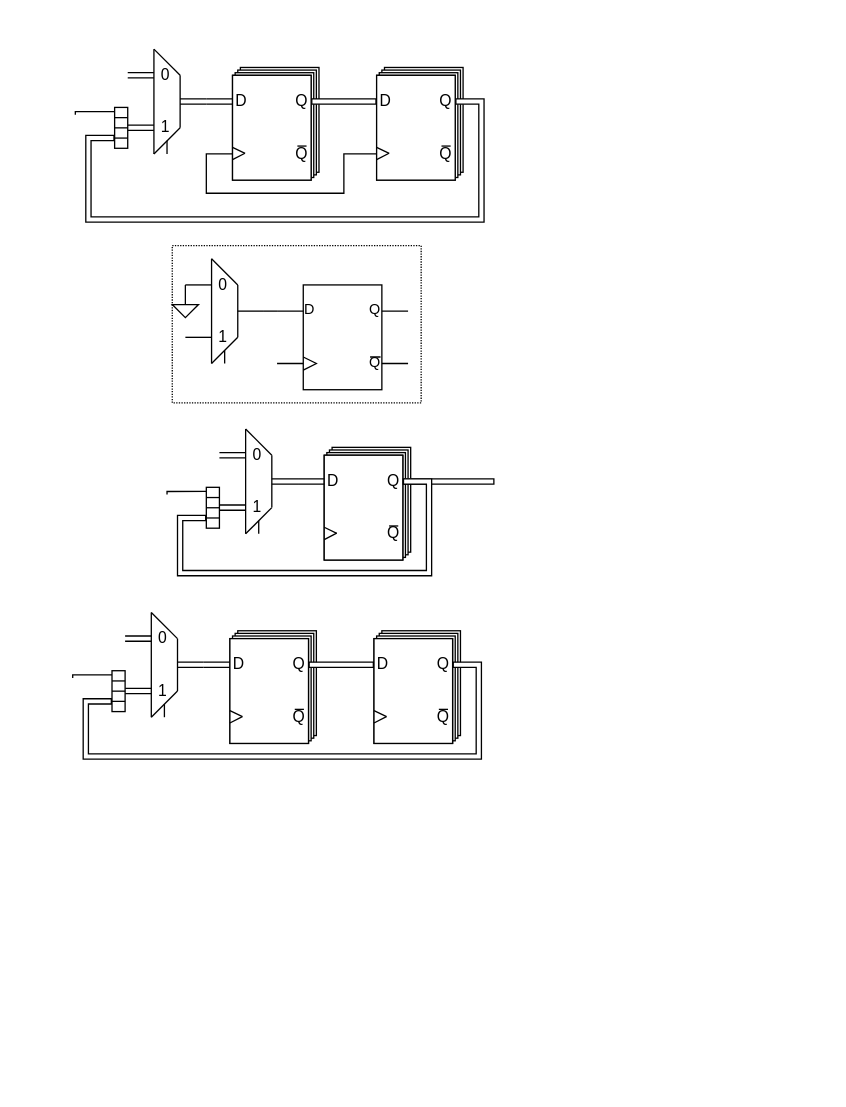
The draw.io diagram JTAG.drawio in Verdvana/JTAG, before the edit. Source tidied: cells renumbered, new cells numbered last; positions are measured from the earlier drawing's top-left corner, leaving out a move shared by most shapes. Both pictures are drawn from the tidied source at 131%, with x=0, y=0 at pixel (72, 48).
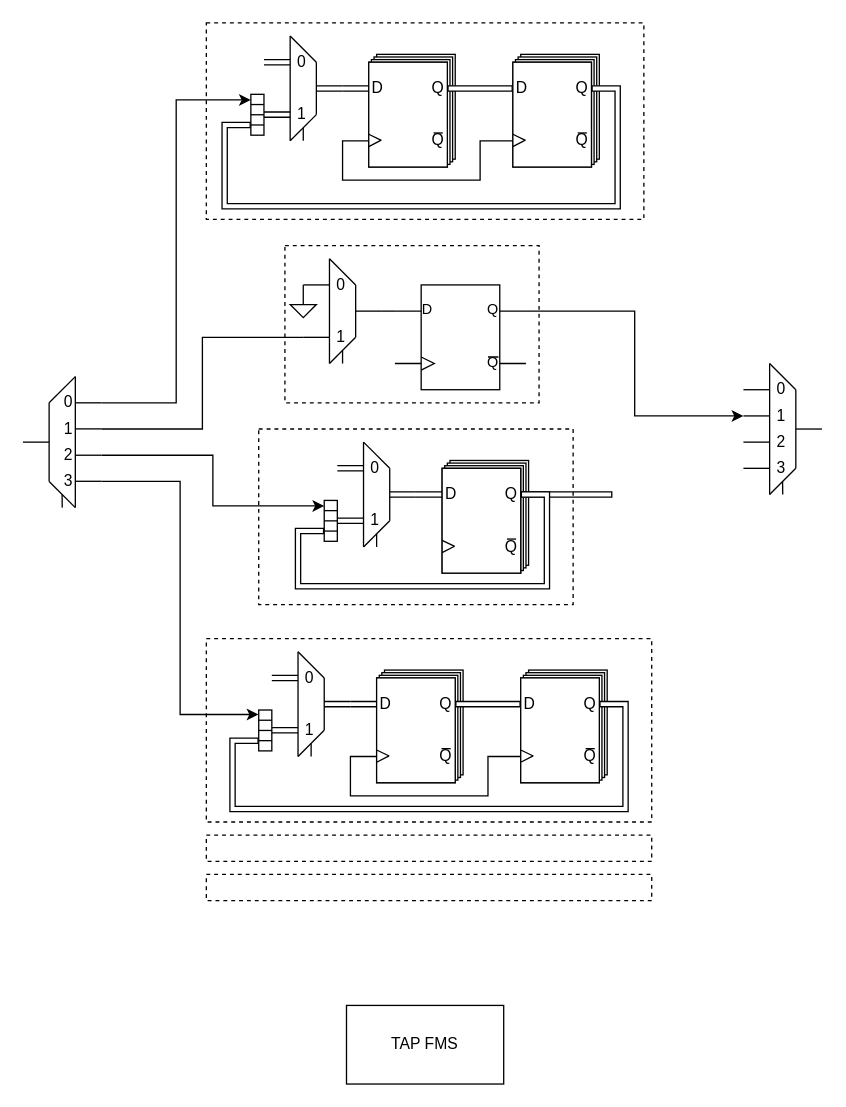
The same diagram, later.

Unchanged cells that the change refers to:
```xml
<mxCell id="11" value="D" style="text;align=center;html=1;verticalAlign=middle;whiteSpace=wrap;rounded=0;" parent="3" vertex="1">
  <mxGeometry y="20" width="14" height="12" as="geometry" />
</mxCell>
<mxCell id="12" value="Q" style="text;align=center;html=1;verticalAlign=middle;whiteSpace=wrap;rounded=0;" parent="3" vertex="1">
  <mxGeometry x="46" y="20" width="14" height="12" as="geometry" />
</mxCell>
<mxCell id="54" style="whiteSpace=wrap;html=1;" parent="49" vertex="1">
  <mxGeometry y="6" width="60" height="80" as="geometry" />
</mxCell>
<mxCell id="57" value="D" style="text;strokeColor=none;align=center;fillColor=none;html=1;verticalAlign=middle;whiteSpace=wrap;rounded=0;" parent="49" vertex="1">
  <mxGeometry y="20" width="14" height="12" as="geometry" />
</mxCell>
<mxCell id="83" style="whiteSpace=wrap;html=1;" parent="78" vertex="1">
  <mxGeometry y="6" width="60" height="80" as="geometry" />
</mxCell>
<mxCell id="87" value="Q" style="text;strokeColor=none;align=center;fillColor=none;html=1;verticalAlign=middle;whiteSpace=wrap;rounded=0;" parent="78" vertex="1">
  <mxGeometry x="46" y="20" width="14" height="12" as="geometry" />
</mxCell>
<mxCell id="97" style="whiteSpace=wrap;html=1;" parent="92" vertex="1">
  <mxGeometry y="6" width="60" height="80" as="geometry" />
</mxCell>
<mxCell id="100" value="D" style="text;strokeColor=none;align=center;fillColor=none;html=1;verticalAlign=middle;whiteSpace=wrap;rounded=0;" parent="92" vertex="1">
  <mxGeometry y="20" width="14" height="12" as="geometry" />
</mxCell>
<mxCell id="126" style="whiteSpace=wrap;html=1;" parent="121" vertex="1">
  <mxGeometry y="6" width="60" height="80" as="geometry" />
</mxCell>
<mxCell id="130" value="Q" style="text;strokeColor=none;align=center;fillColor=none;html=1;verticalAlign=middle;whiteSpace=wrap;rounded=0;" parent="121" vertex="1">
  <mxGeometry x="46" y="20" width="14" height="12" as="geometry" />
</mxCell>
```

What changed in the source:
```diff
@@
+    <mxCell id="136" style="rounded=0;whiteSpace=wrap;html=1;fillColor=none;dashed=1;" parent="1" vertex="1">
+      <mxGeometry x="102" y="-20" width="334" height="150" as="geometry" />
+    </mxCell>
+    <mxCell id="137" style="rounded=0;whiteSpace=wrap;html=1;fillColor=none;dashed=1;" parent="1" vertex="1">
+      <mxGeometry x="102" y="450" width="340" height="140" as="geometry" />
+    </mxCell>
-    <mxCell id="2" style="rounded=0;whiteSpace=wrap;html=1;fillColor=none;dashed=1;dashPattern=1 1;" parent="1" vertex="1">
-      <mxGeometry x="76" y="150" width="190" height="120" as="geometry" />
+    <mxCell id="2" style="rounded=0;whiteSpace=wrap;html=1;fillColor=none;dashed=1;" parent="1" vertex="1">
+      <mxGeometry x="162" y="150" width="194" height="120" as="geometry" />
     </mxCell>
     <mxCell id="3" style="group;" parent="1" vertex="1">
-      <mxGeometry x="192" y="304" width="66" height="86" as="geometry" />
+      <mxGeometry x="282" y="314" width="100" height="110" as="geometry" />
     </mxCell>
@@
+    <mxCell id="138" style="rounded=0;whiteSpace=wrap;html=1;fillColor=none;dashed=1;" parent="3" vertex="1">
+      <mxGeometry x="-140" y="-24" width="240" height="134" as="geometry" />
+    </mxCell>
@@
     <mxCell id="17" style="verticalLabelPosition=bottom;shadow=0;dashed=0;align=center;html=1;verticalAlign=top;shape=mxgraph.electrical.logic_gates.d_type_flip-flop;" parent="1" vertex="1">
-      <mxGeometry x="156" y="180" width="100" height="80" as="geometry" />
+      <mxGeometry x="246" y="180" width="100" height="80" as="geometry" />
     </mxCell>
     <mxCell id="18" style="group;" parent="1" vertex="1">
-      <mxGeometry x="86" y="160" width="60" height="80" as="geometry" />
+      <mxGeometry x="176" y="160" width="60" height="80" as="geometry" />
     </mxCell>
@@
     <mxCell id="29" style="edgeStyle=orthogonalEdgeStyle;rounded=0;jettySize=auto;html=1;exitX=0;exitY=0.25;exitDx=0;exitDy=0;endArrow=none;endFill=0;" parent="1" edge="1" source="18">
       <mxGeometry relative="1" as="geometry">
-        <mxPoint x="86" y="190" as="targetPoint" />
+        <mxPoint x="176" y="190" as="targetPoint" />
       </mxGeometry>
     </mxCell>
     <mxCell id="30" style="verticalLabelPosition=bottom;shadow=0;dashed=0;align=center;html=1;verticalAlign=top;shape=mxgraph.electrical.signal_sources.signal_ground;" parent="1" vertex="1">
-      <mxGeometry x="76" y="190" width="20" height="15" as="geometry" />
+      <mxGeometry x="166" y="190" width="20" height="15" as="geometry" />
     </mxCell>
     <mxCell id="31" style="edgeStyle=orthogonalEdgeStyle;rounded=0;jettySize=auto;html=1;exitX=1;exitY=0.5;exitDx=0;exitDy=0;entryX=0;entryY=0.5;entryDx=0;entryDy=0;endArrow=none;endFill=0;shape=link;" parent="1" edge="1" target="11">
       <mxGeometry relative="1" as="geometry">
-        <mxPoint x="172" y="330" as="sourcePoint" />
+        <mxPoint x="262" y="340" as="sourcePoint" />
       </mxGeometry>
     </mxCell>
     <mxCell id="32" style="group;" parent="1" vertex="1">
-      <mxGeometry x="112" y="290" width="60" height="80" as="geometry" />
+      <mxGeometry x="202" y="300" width="60" height="80" as="geometry" />
     </mxCell>
@@
-    <mxCell id="43" style="edgeStyle=orthogonalEdgeStyle;rounded=0;jettySize=auto;html=1;exitX=0.899;exitY=0.004;exitDx=0;exitDy=0;exitPerimeter=0;endArrow=none;endFill=0;" parent="1" edge="1" source="44">
-      <mxGeometry relative="1" as="geometry">
-        <mxPoint x="72" y="340" as="targetPoint" />
-      </mxGeometry>
-    </mxCell>
     <mxCell id="44" style="whiteSpace=wrap;html=1;rotation=-90;" parent="1" vertex="1">
-      <mxGeometry x="91.4" y="345.1" width="31.2" height="10" as="geometry" />
+      <mxGeometry x="181.4" y="355.1" width="31.2" height="10" as="geometry" />
     </mxCell>
@@
     <mxCell id="48" style="edgeStyle=orthogonalEdgeStyle;rounded=0;jettySize=auto;html=1;entryX=0.25;entryY=0;entryDx=0;entryDy=0;shape=flexArrow;exitX=1;exitY=0.5;exitDx=0;exitDy=0;endArrow=none;endFill=0;width=4;fillColor=default;" parent="1" edge="1" source="12" target="44">
       <mxGeometry relative="1" as="geometry">
         <Array as="points">
-          <mxPoint x="272" y="330" />
-          <mxPoint x="272" y="400" />
-          <mxPoint x="82" y="400" />
-          <mxPoint x="82" y="358" />
+          <mxPoint x="362" y="340" />
+          <mxPoint x="362" y="410" />
+          <mxPoint x="172" y="410" />
+          <mxPoint x="172" y="368" />
         </Array>
       </mxGeometry>
     </mxCell>
     <mxCell id="49" style="group;" parent="1" vertex="1">
-      <mxGeometry x="122" y="14" width="66" height="86" as="geometry" />
+      <mxGeometry x="226" y="4" width="66" height="86" as="geometry" />
     </mxCell>
@@
     <mxCell id="61" style="edgeStyle=orthogonalEdgeStyle;rounded=0;jettySize=auto;html=1;exitX=1;exitY=0.5;exitDx=0;exitDy=0;entryX=0;entryY=0.5;entryDx=0;entryDy=0;endArrow=none;endFill=0;shape=link;" parent="1" edge="1" target="57">
       <mxGeometry relative="1" as="geometry">
-        <mxPoint x="102" y="40" as="sourcePoint" />
+        <mxPoint x="206" y="30" as="sourcePoint" />
       </mxGeometry>
     </mxCell>
     <mxCell id="62" style="group;" parent="1" vertex="1">
-      <mxGeometry x="42" width="60" height="80" as="geometry" />
+      <mxGeometry x="146" y="-10" width="60" height="80" as="geometry" />
     </mxCell>
@@
-    <mxCell id="73" style="edgeStyle=orthogonalEdgeStyle;rounded=0;jettySize=auto;html=1;exitX=0.899;exitY=0.004;exitDx=0;exitDy=0;exitPerimeter=0;endArrow=none;endFill=0;" parent="1" edge="1" source="74">
-      <mxGeometry relative="1" as="geometry">
-        <mxPoint x="2" y="50" as="targetPoint" />
-      </mxGeometry>
-    </mxCell>
     <mxCell id="74" style="whiteSpace=wrap;html=1;rotation=-90;" parent="1" vertex="1">
-      <mxGeometry x="21.4" y="55.1" width="31.2" height="10" as="geometry" />
+      <mxGeometry x="125.4" y="45.1" width="31.2" height="10" as="geometry" />
     </mxCell>
@@
     <mxCell id="78" style="group;" parent="1" vertex="1">
-      <mxGeometry x="232" y="14" width="66" height="86" as="geometry" />
+      <mxGeometry x="336" y="4" width="66" height="86" as="geometry" />
     </mxCell>
@@
     <mxCell id="90" style="edgeStyle=orthogonalEdgeStyle;rounded=0;jettySize=auto;html=1;exitX=1;exitY=0.5;exitDx=0;exitDy=0;entryX=0.25;entryY=0;entryDx=0;entryDy=0;shape=flexArrow;endArrow=none;endFill=0;width=4;fillColor=default;" parent="1" edge="1" source="87" target="74">
       <mxGeometry relative="1" as="geometry">
         <Array as="points">
-          <mxPoint x="312" y="40" />
-          <mxPoint x="312" y="130" />
-          <mxPoint x="12" y="130" />
-          <mxPoint x="12" y="68" />
+          <mxPoint x="416" y="30" />
+          <mxPoint x="416" y="120" />
+          <mxPoint x="116" y="120" />
+          <mxPoint x="116" y="58" />
         </Array>
       </mxGeometry>
     </mxCell>
@@
     <mxCell id="92" style="group;" parent="1" vertex="1">
-      <mxGeometry x="120" y="444" width="66" height="86" as="geometry" />
+      <mxGeometry x="232" y="474" width="66" height="86" as="geometry" />
     </mxCell>
@@
     <mxCell id="104" style="edgeStyle=orthogonalEdgeStyle;rounded=0;jettySize=auto;html=1;exitX=1;exitY=0.5;exitDx=0;exitDy=0;entryX=0;entryY=0.5;entryDx=0;entryDy=0;endArrow=none;endFill=0;shape=link;" parent="1" edge="1" target="100">
       <mxGeometry relative="1" as="geometry">
-        <mxPoint x="100" y="470" as="sourcePoint" />
+        <mxPoint x="212" y="500" as="sourcePoint" />
       </mxGeometry>
     </mxCell>
     <mxCell id="105" style="group;" parent="1" vertex="1">
-      <mxGeometry x="40" y="430" width="60" height="80" as="geometry" />
+      <mxGeometry x="152" y="460" width="60" height="80" as="geometry" />
     </mxCell>
@@
-    <mxCell id="116" style="edgeStyle=orthogonalEdgeStyle;rounded=0;jettySize=auto;html=1;exitX=0.899;exitY=0.004;exitDx=0;exitDy=0;exitPerimeter=0;endArrow=none;endFill=0;" parent="1" edge="1" source="117">
-      <mxGeometry relative="1" as="geometry">
-        <mxPoint y="480" as="targetPoint" />
-      </mxGeometry>
-    </mxCell>
     <mxCell id="117" style="whiteSpace=wrap;html=1;rotation=-90;" parent="1" vertex="1">
-      <mxGeometry x="19.4" y="485.1" width="31.2" height="10" as="geometry" />
+      <mxGeometry x="131.4" y="515.1" width="31.2" height="10" as="geometry" />
     </mxCell>
@@
     <mxCell id="121" style="group;" parent="1" vertex="1">
-      <mxGeometry x="230" y="444" width="66" height="86" as="geometry" />
+      <mxGeometry x="342" y="474" width="66" height="86" as="geometry" />
     </mxCell>
@@
     <mxCell id="133" style="edgeStyle=orthogonalEdgeStyle;rounded=0;jettySize=auto;html=1;exitX=1;exitY=0.5;exitDx=0;exitDy=0;entryX=0.25;entryY=0;entryDx=0;entryDy=0;shape=flexArrow;endArrow=none;endFill=0;width=4;fillColor=default;" parent="1" edge="1" source="130" target="117">
       <mxGeometry relative="1" as="geometry">
         <Array as="points">
-          <mxPoint x="310" y="470" />
-          <mxPoint x="310" y="540" />
-          <mxPoint x="10" y="540" />
-          <mxPoint x="10" y="498" />
+          <mxPoint x="422" y="500" />
+          <mxPoint x="422" y="580" />
+          <mxPoint x="122" y="580" />
+          <mxPoint x="122" y="528" />
         </Array>
       </mxGeometry>
     </mxCell>
@@
     <mxCell id="135" style="edgeStyle=orthogonalEdgeStyle;rounded=0;jettySize=auto;html=1;exitX=0;exitY=0.75;exitDx=0;exitDy=0;entryX=0;entryY=0.75;entryDx=0;entryDy=0;endArrow=none;endFill=0;" parent="1" edge="1" source="83" target="54">
       <mxGeometry relative="1" as="geometry">
         <Array as="points">
-          <mxPoint x="207" y="80" />
-          <mxPoint x="207" y="110" />
-          <mxPoint x="102" y="110" />
-          <mxPoint x="102" y="80" />
+          <mxPoint x="311" y="70" />
+          <mxPoint x="311" y="100" />
+          <mxPoint x="206" y="100" />
+          <mxPoint x="206" y="70" />
         </Array>
       </mxGeometry>
     </mxCell>
+    <mxCell id="139" style="edgeStyle=orthogonalEdgeStyle;rounded=0;jettySize=auto;html=1;exitX=0;exitY=0.75;exitDx=0;exitDy=0;entryX=0;entryY=0.75;entryDx=0;entryDy=0;endArrow=none;endFill=0;" parent="1" edge="1" source="126" target="97">
+      <mxGeometry relative="1" as="geometry">
+        <Array as="points">
+          <mxPoint x="317" y="540" />
+          <mxPoint x="317" y="570" />
+          <mxPoint x="212" y="570" />
+          <mxPoint x="212" y="540" />
+        </Array>
+      </mxGeometry>
+    </mxCell>
+    <mxCell id="140" style="rounded=0;whiteSpace=wrap;html=1;fillColor=none;dashed=1;" parent="1" vertex="1">
+      <mxGeometry x="102" y="600" width="340" height="20" as="geometry" />
+    </mxCell>
+    <mxCell id="141" style="rounded=0;whiteSpace=wrap;html=1;fillColor=none;dashed=1;" parent="1" vertex="1">
+      <mxGeometry x="102" y="630" width="340" height="20" as="geometry" />
+    </mxCell>
+    <mxCell id="142" style="group;points=[[0,0.19,0,0,1],[0,0.43,0,0,-3],[0,0.63,0,0,-3],[0,0.94,0,0,-14],[0.5,1,0,0,0],[1,0.5,0,0,0]];" parent="1" vertex="1">
+      <mxGeometry x="512" y="240" width="60" height="100" as="geometry" />
+    </mxCell>
+    <mxCell id="143" style="group;" parent="142" vertex="1">
+      <mxGeometry width="60" height="90" as="geometry" />
+    </mxCell>
+    <mxCell id="144" style="edgeStyle=none;orthogonalLoop=1;jettySize=auto;html=1;rounded=0;endArrow=none;endFill=0;" parent="143" edge="1">
+      <mxGeometry relative="1" as="geometry">
+        <mxPoint x="20" y="100" as="sourcePoint" />
+        <mxPoint x="20" as="targetPoint" />
+      </mxGeometry>
+    </mxCell>
+    <mxCell id="145" style="edgeStyle=none;orthogonalLoop=1;jettySize=auto;html=1;rounded=0;endArrow=none;endFill=0;" parent="143" edge="1">
+      <mxGeometry relative="1" as="geometry">
+        <mxPoint x="40" y="80" as="sourcePoint" />
+        <mxPoint x="40" y="20" as="targetPoint" />
+      </mxGeometry>
+    </mxCell>
+    <mxCell id="146" style="edgeStyle=none;orthogonalLoop=1;jettySize=auto;html=1;rounded=0;endArrow=none;endFill=0;" parent="143" edge="1">
+      <mxGeometry relative="1" as="geometry">
+        <mxPoint x="60" y="50" as="sourcePoint" />
+        <mxPoint x="40" y="50" as="targetPoint" />
+      </mxGeometry>
+    </mxCell>
+    <mxCell id="147" style="edgeStyle=none;orthogonalLoop=1;jettySize=auto;html=1;rounded=0;endArrow=none;endFill=0;" parent="143" edge="1">
+      <mxGeometry relative="1" as="geometry">
+        <mxPoint x="20" y="20" as="sourcePoint" />
+        <mxPoint y="20" as="targetPoint" />
+      </mxGeometry>
+    </mxCell>
+    <mxCell id="148" style="edgeStyle=none;orthogonalLoop=1;jettySize=auto;html=1;rounded=0;endArrow=none;endFill=0;" parent="143" edge="1">
+      <mxGeometry relative="1" as="geometry">
+        <mxPoint x="20" y="60" as="sourcePoint" />
+        <mxPoint y="60" as="targetPoint" />
+      </mxGeometry>
+    </mxCell>
+    <mxCell id="149" style="edgeStyle=none;orthogonalLoop=1;jettySize=auto;html=1;rounded=0;endArrow=none;endFill=0;" parent="143" edge="1">
+      <mxGeometry relative="1" as="geometry">
+        <mxPoint x="40" y="20" as="sourcePoint" />
+        <mxPoint x="20" as="targetPoint" />
+      </mxGeometry>
+    </mxCell>
+    <mxCell id="150" style="edgeStyle=none;orthogonalLoop=1;jettySize=auto;html=1;rounded=0;endArrow=none;endFill=0;" parent="143" edge="1">
+      <mxGeometry relative="1" as="geometry">
+        <mxPoint x="40" y="80" as="sourcePoint" />
+        <mxPoint x="20" y="100" as="targetPoint" />
+      </mxGeometry>
+    </mxCell>
+    <mxCell id="151" value="0" style="text;strokeColor=none;align=center;fillColor=none;html=1;verticalAlign=middle;whiteSpace=wrap;rounded=0;" parent="143" vertex="1">
+      <mxGeometry x="24" y="10" width="10" height="20" as="geometry" />
+    </mxCell>
+    <mxCell id="152" value="2" style="text;strokeColor=none;align=center;fillColor=none;html=1;verticalAlign=middle;whiteSpace=wrap;rounded=0;" parent="143" vertex="1">
+      <mxGeometry x="24" y="50" width="10" height="20" as="geometry" />
+    </mxCell>
+    <mxCell id="153" style="edgeStyle=none;orthogonalLoop=1;jettySize=auto;html=1;rounded=0;endArrow=none;endFill=0;" parent="143" edge="1">
+      <mxGeometry relative="1" as="geometry">
+        <mxPoint x="20" y="40" as="sourcePoint" />
+        <mxPoint y="40" as="targetPoint" />
+      </mxGeometry>
+    </mxCell>
+    <mxCell id="154" value="1" style="text;strokeColor=none;align=center;fillColor=none;html=1;verticalAlign=middle;whiteSpace=wrap;rounded=0;" parent="143" vertex="1">
+      <mxGeometry x="24" y="30" width="10" height="20" as="geometry" />
+    </mxCell>
+    <mxCell id="155" style="edgeStyle=none;orthogonalLoop=1;jettySize=auto;html=1;rounded=0;endArrow=none;endFill=0;" parent="143" edge="1">
+      <mxGeometry relative="1" as="geometry">
+        <mxPoint x="20" y="80" as="sourcePoint" />
+        <mxPoint y="80" as="targetPoint" />
+      </mxGeometry>
+    </mxCell>
+    <mxCell id="156" value="3" style="text;strokeColor=none;align=center;fillColor=none;html=1;verticalAlign=middle;whiteSpace=wrap;rounded=0;" parent="143" vertex="1">
+      <mxGeometry x="24" y="70" width="10" height="20" as="geometry" />
+    </mxCell>
+    <mxCell id="157" style="edgeStyle=none;orthogonalLoop=1;jettySize=auto;html=1;rounded=0;endArrow=none;endFill=0;" parent="142" edge="1">
+      <mxGeometry relative="1" as="geometry">
+        <mxPoint x="30" y="100" as="sourcePoint" />
+        <mxPoint x="29.9" y="90" as="targetPoint" />
+      </mxGeometry>
+    </mxCell>
+    <mxCell id="158" style="edgeStyle=orthogonalEdgeStyle;rounded=0;jettySize=auto;html=1;exitX=1;exitY=0.25;exitDx=0;exitDy=-5;exitPerimeter=0;entryX=0.863;entryY=-0.004;entryDx=0;entryDy=0;entryPerimeter=0;" parent="1" edge="1" source="161" target="74">
+      <mxGeometry relative="1" as="geometry" />
+    </mxCell>
+    <mxCell id="159" style="edgeStyle=orthogonalEdgeStyle;rounded=0;jettySize=auto;html=1;exitX=1;exitY=0.5;exitDx=0;exitDy=-10;exitPerimeter=0;entryX=0;entryY=0.75;entryDx=0;entryDy=0;endArrow=none;endFill=0;" parent="1" edge="1" source="161" target="18">
+      <mxGeometry relative="1" as="geometry" />
+    </mxCell>
+    <mxCell id="160" style="edgeStyle=orthogonalEdgeStyle;rounded=0;jettySize=auto;html=1;exitX=1;exitY=1;exitDx=0;exitDy=-20;exitPerimeter=0;entryX=0.89;entryY=-0.018;entryDx=0;entryDy=0;entryPerimeter=0;" parent="1" edge="1" source="161" target="117">
+      <mxGeometry relative="1" as="geometry" />
+    </mxCell>
+    <mxCell id="161" style="group;points=[[0,0.5,0,0,0],[0.5,1,0,0,0],[1,0.25,0,0,-5],[1,0.5,0,0,-10],[1,0.75,0,0,-15],[1,1,0,0,-20]];" parent="1" vertex="1">
+      <mxGeometry x="-38" y="250" width="60" height="100" as="geometry" />
+    </mxCell>
+    <mxCell id="162" style="edgeStyle=none;orthogonalLoop=1;jettySize=auto;html=1;rounded=0;endArrow=none;endFill=0;" parent="161" edge="1">
+      <mxGeometry relative="1" as="geometry">
+        <mxPoint x="30" y="100" as="sourcePoint" />
+        <mxPoint x="29.9" y="90" as="targetPoint" />
+      </mxGeometry>
+    </mxCell>
+    <mxCell id="163" style="edgeStyle=none;orthogonalLoop=1;jettySize=auto;html=1;rounded=0;endArrow=none;endFill=0;" parent="161" edge="1">
+      <mxGeometry relative="1" as="geometry">
+        <mxPoint x="20" y="80" as="sourcePoint" />
+        <mxPoint x="20" y="20" as="targetPoint" />
+      </mxGeometry>
+    </mxCell>
+    <mxCell id="164" style="edgeStyle=none;orthogonalLoop=1;jettySize=auto;html=1;rounded=0;endArrow=none;endFill=0;" parent="161" edge="1">
+      <mxGeometry relative="1" as="geometry">
+        <mxPoint x="40" y="100" as="sourcePoint" />
+        <mxPoint x="40" as="targetPoint" />
+      </mxGeometry>
+    </mxCell>
+    <mxCell id="165" style="edgeStyle=none;orthogonalLoop=1;jettySize=auto;html=1;rounded=0;endArrow=none;endFill=0;" parent="161" edge="1">
+      <mxGeometry relative="1" as="geometry">
+        <mxPoint x="20" y="50" as="sourcePoint" />
+        <mxPoint y="50" as="targetPoint" />
+      </mxGeometry>
+    </mxCell>
+    <mxCell id="166" style="edgeStyle=none;orthogonalLoop=1;jettySize=auto;html=1;rounded=0;endArrow=none;endFill=0;" parent="161" edge="1">
+      <mxGeometry relative="1" as="geometry">
+        <mxPoint x="60" y="20" as="sourcePoint" />
+        <mxPoint x="40" y="20" as="targetPoint" />
+      </mxGeometry>
+    </mxCell>
+    <mxCell id="167" style="edgeStyle=none;orthogonalLoop=1;jettySize=auto;html=1;rounded=0;endArrow=none;endFill=0;" parent="161" edge="1">
+      <mxGeometry relative="1" as="geometry">
+        <mxPoint x="60" y="60" as="sourcePoint" />
+        <mxPoint x="40" y="60" as="targetPoint" />
+      </mxGeometry>
+    </mxCell>
+    <mxCell id="168" style="edgeStyle=none;orthogonalLoop=1;jettySize=auto;html=1;rounded=0;endArrow=none;endFill=0;" parent="161" edge="1">
+      <mxGeometry relative="1" as="geometry">
+        <mxPoint x="40" as="sourcePoint" />
+        <mxPoint x="20" y="20" as="targetPoint" />
+      </mxGeometry>
+    </mxCell>
+    <mxCell id="169" style="edgeStyle=none;orthogonalLoop=1;jettySize=auto;html=1;rounded=0;endArrow=none;endFill=0;" parent="161" edge="1">
+      <mxGeometry relative="1" as="geometry">
+        <mxPoint x="40" y="100" as="sourcePoint" />
+        <mxPoint x="20" y="80" as="targetPoint" />
+      </mxGeometry>
+    </mxCell>
+    <mxCell id="170" value="0" style="text;strokeColor=none;align=center;fillColor=none;html=1;verticalAlign=middle;whiteSpace=wrap;rounded=0;" parent="161" vertex="1">
+      <mxGeometry x="30" y="10" width="10" height="20" as="geometry" />
+    </mxCell>
+    <mxCell id="171" value="2" style="text;strokeColor=none;align=center;fillColor=none;html=1;verticalAlign=middle;whiteSpace=wrap;rounded=0;" parent="161" vertex="1">
+      <mxGeometry x="30" y="50" width="10" height="20" as="geometry" />
+    </mxCell>
+    <mxCell id="172" style="edgeStyle=none;orthogonalLoop=1;jettySize=auto;html=1;rounded=0;endArrow=none;endFill=0;" parent="161" edge="1">
+      <mxGeometry relative="1" as="geometry">
+        <mxPoint x="60" y="39.9" as="sourcePoint" />
+        <mxPoint x="40" y="39.9" as="targetPoint" />
+      </mxGeometry>
+    </mxCell>
+    <mxCell id="173" value="1" style="text;strokeColor=none;align=center;fillColor=none;html=1;verticalAlign=middle;whiteSpace=wrap;rounded=0;" parent="161" vertex="1">
+      <mxGeometry x="30" y="30" width="10" height="20" as="geometry" />
+    </mxCell>
+    <mxCell id="174" style="edgeStyle=none;orthogonalLoop=1;jettySize=auto;html=1;rounded=0;endArrow=none;endFill=0;" parent="161" edge="1">
+      <mxGeometry relative="1" as="geometry">
+        <mxPoint x="60" y="79.9" as="sourcePoint" />
+        <mxPoint x="40" y="79.9" as="targetPoint" />
+      </mxGeometry>
+    </mxCell>
+    <mxCell id="175" value="3" style="text;strokeColor=none;align=center;fillColor=none;html=1;verticalAlign=middle;whiteSpace=wrap;rounded=0;" parent="161" vertex="1">
+      <mxGeometry x="30" y="70" width="10" height="20" as="geometry" />
+    </mxCell>
+    <mxCell id="176" style="edgeStyle=orthogonalEdgeStyle;rounded=0;jettySize=auto;html=1;exitX=1;exitY=0.75;exitDx=0;exitDy=-15;exitPerimeter=0;entryX=0.865;entryY=0.001;entryDx=0;entryDy=0;entryPerimeter=0;" parent="1" edge="1" source="161" target="44">
+      <mxGeometry relative="1" as="geometry" />
+    </mxCell>
+    <mxCell id="177" style="edgeStyle=orthogonalEdgeStyle;rounded=0;jettySize=auto;html=1;exitX=1;exitY=0.25;exitDx=0;exitDy=0;exitPerimeter=0;entryX=0;entryY=0.43;entryDx=0;entryDy=-3;entryPerimeter=0;" parent="1" edge="1" source="17" target="142">
+      <mxGeometry relative="1" as="geometry" />
+    </mxCell>
+    <mxCell id="178" value="TAP FMS" style="rounded=0;whiteSpace=wrap;html=1;" parent="1" vertex="1">
+      <mxGeometry x="209" y="730" width="120" height="60" as="geometry" />
+    </mxCell>
```
